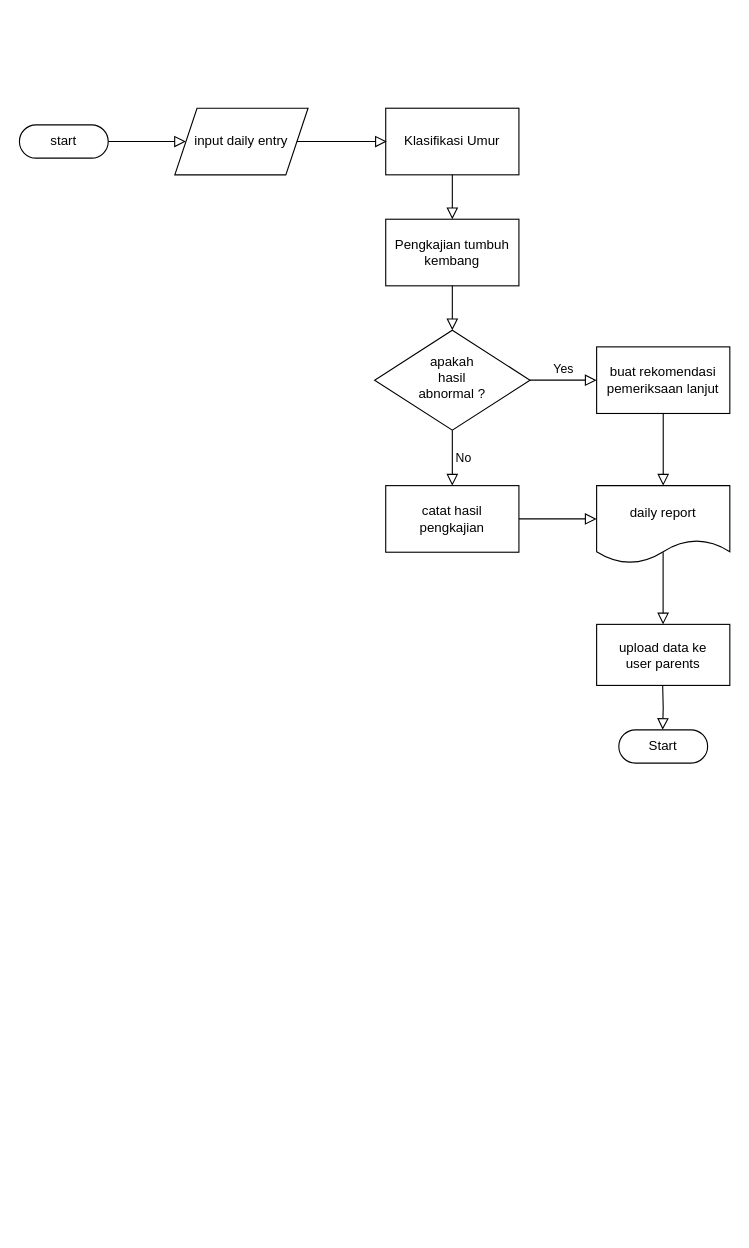
The draw.io diagram Untitled Diagram.drawio in oikos76/EduTech, before the edit. Source tidied: cells renumbered, new cells numbered last; positions are measured from the earlier drawing's top-left corner, leaving out a move shared by most shapes. Both pictures are drawn from the tidied source at 111%, with x=0, y=0 at pixel (19, 108).
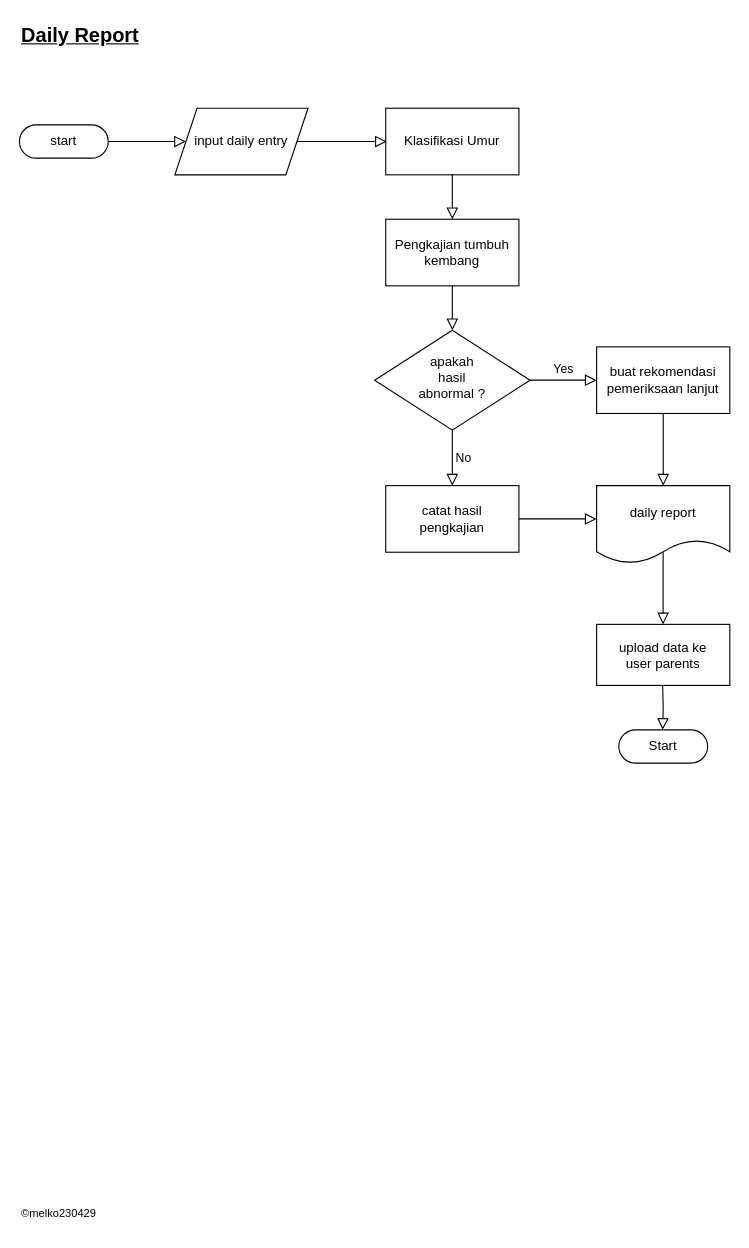
The same diagram, later.

Diff of the diagram source:
```diff
@@
+    <mxCell id="22" value="&lt;font style=&quot;font-size: 18px;&quot;&gt;&lt;b style=&quot;&quot;&gt;&lt;u style=&quot;&quot;&gt;Daily Report&lt;/u&gt;&lt;/b&gt;&lt;/font&gt;" style="text;strokeColor=none;align=left;fillColor=none;html=1;verticalAlign=middle;whiteSpace=wrap;rounded=0;" parent="1" vertex="1">
+      <mxGeometry y="-80" width="110" height="30" as="geometry" />
+    </mxCell>
+    <mxCell id="23" value="&lt;font style=&quot;font-size: 10px;&quot;&gt;©melko230429&lt;/font&gt;" style="text;strokeColor=none;align=left;fillColor=none;html=1;verticalAlign=middle;whiteSpace=wrap;rounded=0;" parent="1" vertex="1">
+      <mxGeometry y="980" width="110" height="30" as="geometry" />
+    </mxCell>
```
